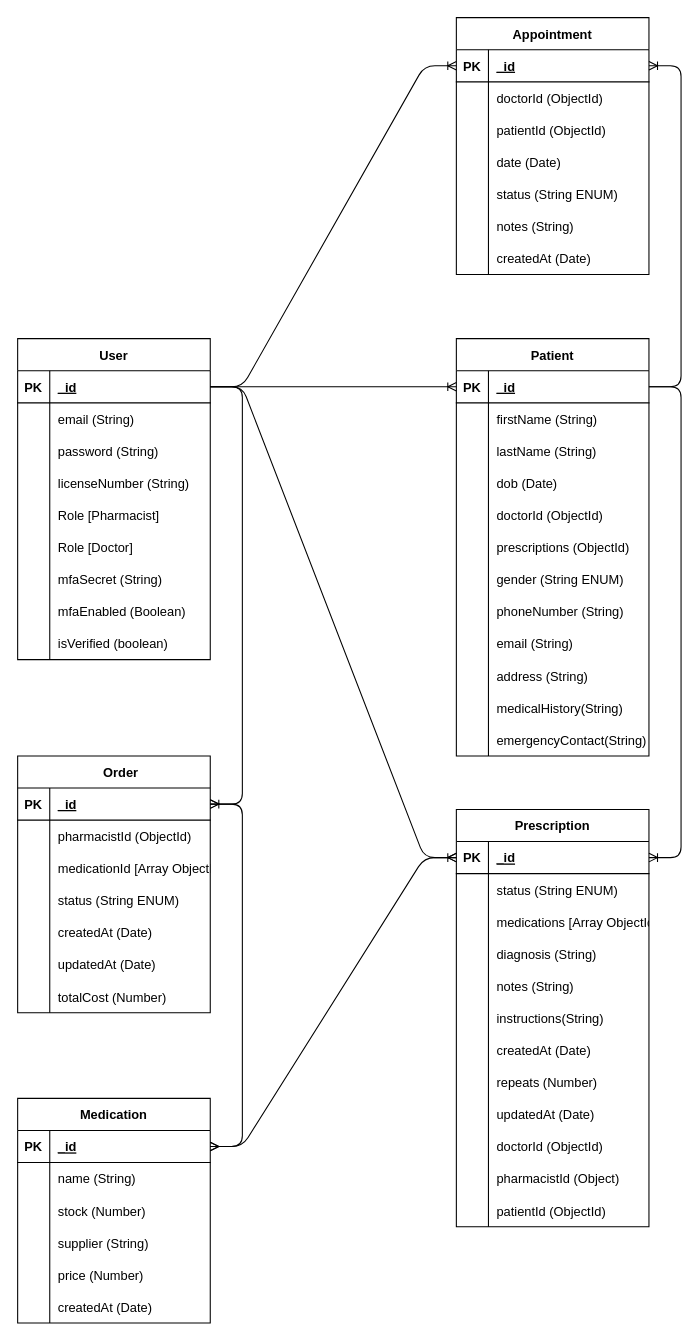
Before: docs/MedicalERD.drawio in Liam-Ronan-dev/Major-Project-Backend, a draw.io diagram. Source tidied: cells renumbered, new cells numbered last; positions are measured from the earlier drawing's top-left corner, leaving out a move shared by most shapes. Both pictures are drawn from the tidied source at 107%, with x=0, y=0 at pixel (-122, 17).
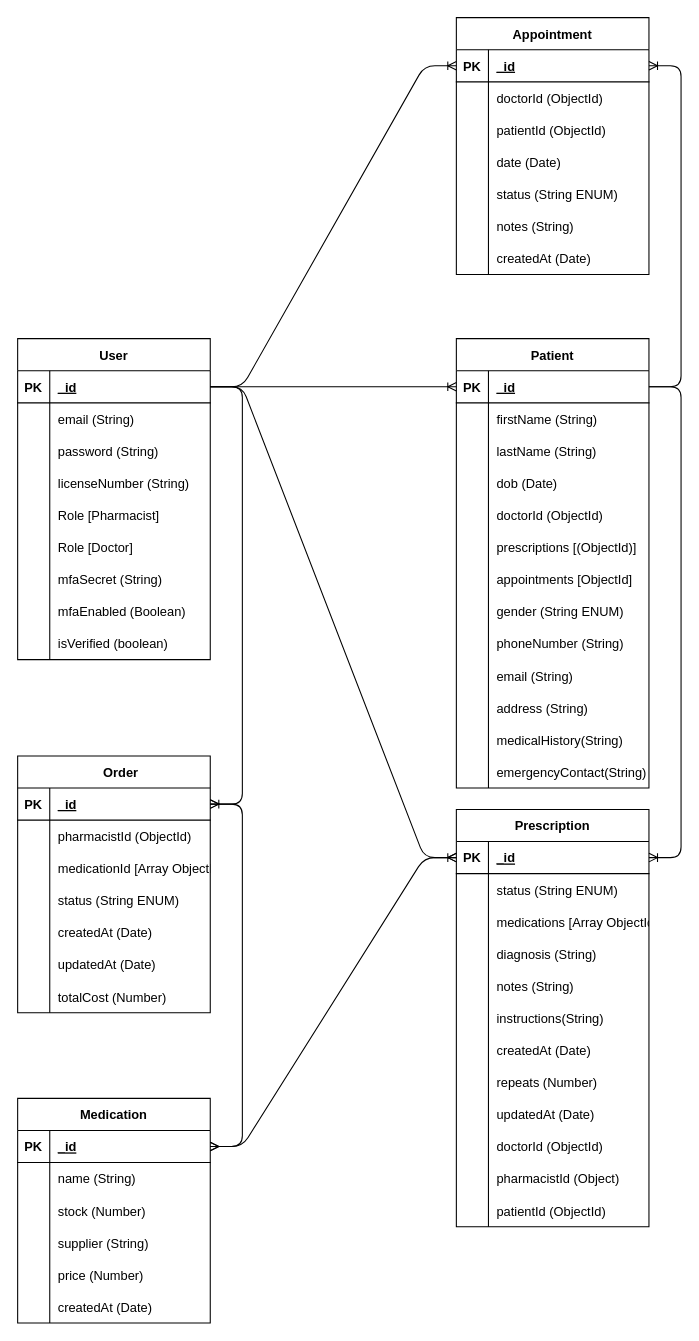
After the change.

Unchanged cells that the change refers to:
```xml
<mxCell id="46" style="shape=tableRow;horizontal=0;startSize=0;swimlaneHead=0;swimlaneBody=0;fillColor=none;top=0;left=0;right=0;bottom=0;" parent="30" vertex="1">
  <mxGeometry y="180" width="180" height="30" as="geometry" />
</mxCell>
```

Diff of the diagram source:
```diff
@@
     <mxCell id="30" value="Patient" style="shape=table;startSize=30;childLayout=tableLayout;rowLines=0;fontStyle=1;align=center;" parent="1" vertex="1">
-      <mxGeometry x="540" y="300" width="180" height="390" as="geometry" />
+      <mxGeometry x="540" y="300" width="180" height="420" as="geometry" />
     </mxCell>
@@
-    <mxCell id="48" value="prescriptions (ObjectId)" style="shape=partialRectangle;fillColor=none;top=0;left=0;bottom=0;right=0;align=left;spacingLeft=6;overflow=hidden;" parent="46" vertex="1">
+    <mxCell id="48" value="prescriptions [(ObjectId)] " style="shape=partialRectangle;fillColor=none;top=0;left=0;bottom=0;right=0;align=left;spacingLeft=6;overflow=hidden;" parent="46" vertex="1">
       <mxGeometry x="30" width="150" height="30" as="geometry" />
     </mxCell>
+    <mxCell id="175" style="shape=tableRow;horizontal=0;startSize=0;swimlaneHead=0;swimlaneBody=0;fillColor=none;top=0;left=0;right=0;bottom=0;" parent="30" vertex="1">
+      <mxGeometry y="210" width="180" height="30" as="geometry" />
+    </mxCell>
+    <mxCell id="176" style="shape=partialRectangle;fillColor=none;top=0;left=0;bottom=0;right=0;overflow=hidden;" parent="175" vertex="1">
+      <mxGeometry width="30" height="30" as="geometry" />
+    </mxCell>
+    <mxCell id="177" value="appointments [ObjectId]" style="shape=partialRectangle;fillColor=none;top=0;left=0;bottom=0;right=0;align=left;spacingLeft=6;overflow=hidden;" parent="175" vertex="1">
+      <mxGeometry x="30" width="150" height="30" as="geometry" />
+    </mxCell>
     <mxCell id="49" style="shape=tableRow;horizontal=0;startSize=0;swimlaneHead=0;swimlaneBody=0;fillColor=none;top=0;left=0;right=0;bottom=0;" parent="30" vertex="1">
-      <mxGeometry y="210" width="180" height="30" as="geometry" />
+      <mxGeometry y="240" width="180" height="30" as="geometry" />
     </mxCell>
@@
     <mxCell id="52" style="shape=tableRow;horizontal=0;startSize=0;swimlaneHead=0;swimlaneBody=0;fillColor=none;top=0;left=0;right=0;bottom=0;" parent="30" vertex="1">
-      <mxGeometry y="240" width="180" height="30" as="geometry" />
+      <mxGeometry y="270" width="180" height="30" as="geometry" />
     </mxCell>
@@
     <mxCell id="55" style="shape=tableRow;horizontal=0;startSize=0;swimlaneHead=0;swimlaneBody=0;fillColor=none;top=0;left=0;right=0;bottom=0;" parent="30" vertex="1">
-      <mxGeometry y="270" width="180" height="30" as="geometry" />
+      <mxGeometry y="300" width="180" height="30" as="geometry" />
     </mxCell>
@@
     <mxCell id="58" style="shape=tableRow;horizontal=0;startSize=0;swimlaneHead=0;swimlaneBody=0;fillColor=none;top=0;left=0;right=0;bottom=0;" parent="30" vertex="1">
-      <mxGeometry y="300" width="180" height="30" as="geometry" />
+      <mxGeometry y="330" width="180" height="30" as="geometry" />
     </mxCell>
@@
     <mxCell id="61" style="shape=tableRow;horizontal=0;startSize=0;swimlaneHead=0;swimlaneBody=0;fillColor=none;top=0;left=0;right=0;bottom=0;" parent="30" vertex="1">
-      <mxGeometry y="330" width="180" height="30" as="geometry" />
+      <mxGeometry y="360" width="180" height="30" as="geometry" />
     </mxCell>
@@
     <mxCell id="64" style="shape=tableRow;horizontal=0;startSize=0;swimlaneHead=0;swimlaneBody=0;fillColor=none;top=0;left=0;right=0;bottom=0;" parent="30" vertex="1">
-      <mxGeometry y="360" width="180" height="30" as="geometry" />
+      <mxGeometry y="390" width="180" height="30" as="geometry" />
     </mxCell>
```
